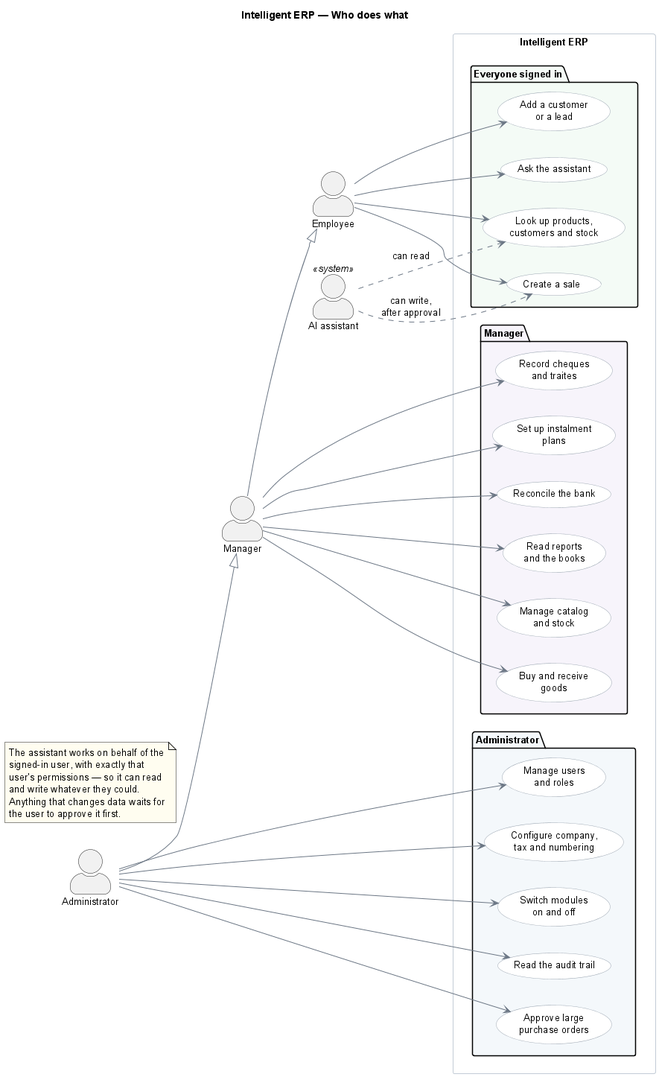
Earlier version of the PlantUML export diagrams/use-case.png (mariemtnb/ERP-AI-odoo-like).
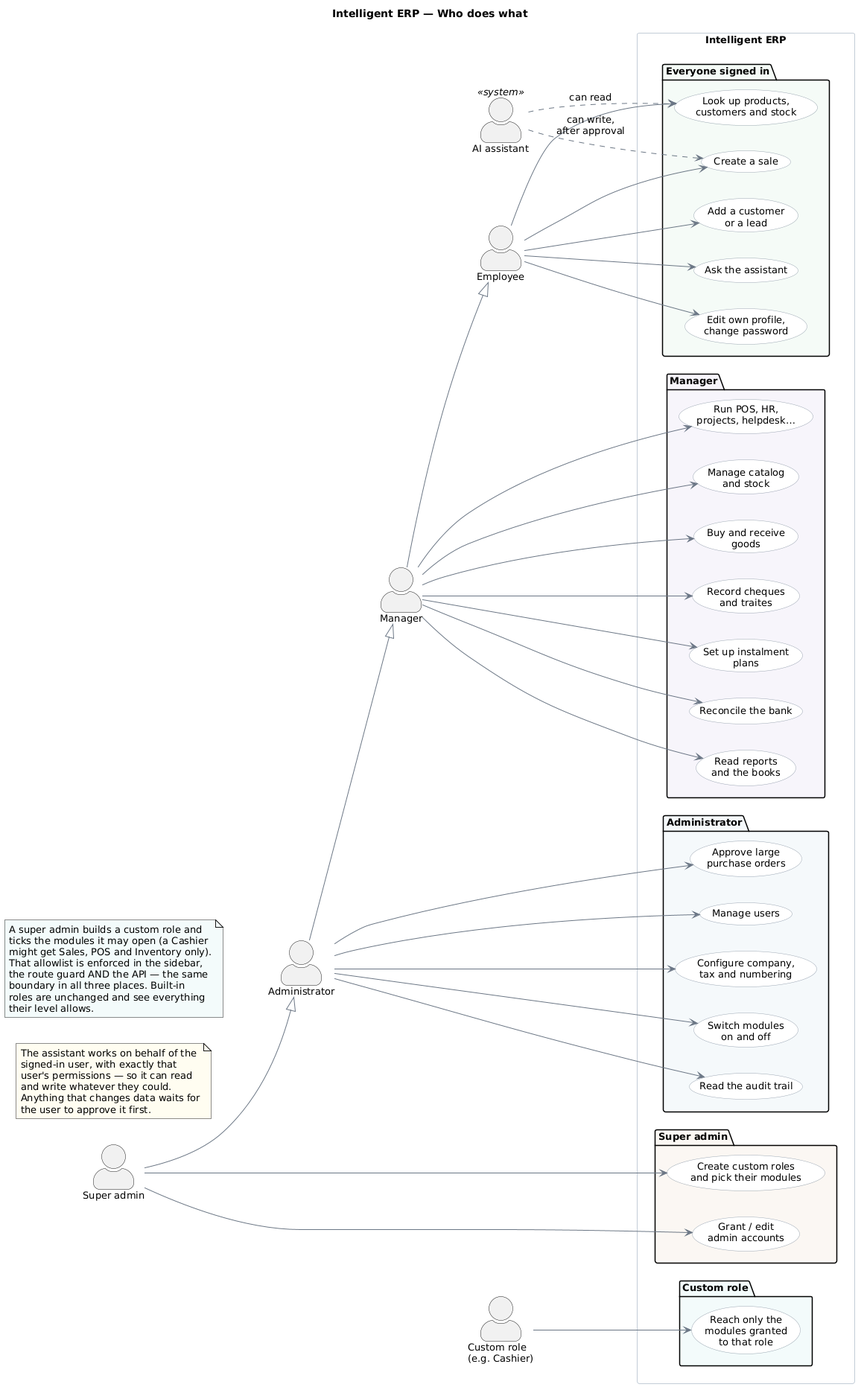
After the commit.

Change to the diagram source:
```diff
@@ -19,10 +19,13 @@
 actor Employee as employee
 actor Manager as manager
 actor Administrator as admin
+actor "Super admin" as superadmin
+actor "Custom role\n(e.g. Cashier)" as custom
 actor "AI assistant" as agent <<system>>
 
 manager --|> employee
 admin --|> manager
+superadmin --|> admin
 
 rectangle "Intelligent ERP" {
 
@@ -31,6 +34,7 @@
     usecase "Create a sale" as UC2
     usecase "Add a customer\nor a lead" as UC3
     usecase "Ask the assistant" as UC4
+    usecase "Edit own profile,\nchange password" as UC16
   }
 
   package "Manager" #F7F4FB {
@@ -40,14 +44,24 @@
     usecase "Set up instalment\nplans" as UC8
     usecase "Reconcile the bank" as UC9
     usecase "Read reports\nand the books" as UC10
+    usecase "Run POS, HR,\nprojects, helpdesk…" as UC17
   }
 
   package "Administrator" #F4F8FB {
-    usecase "Manage users\nand roles" as UC11
+    usecase "Manage users" as UC11
     usecase "Configure company,\ntax and numbering" as UC12
     usecase "Switch modules\non and off" as UC13
     usecase "Read the audit trail" as UC14
     usecase "Approve large\npurchase orders" as UC15
+  }
+
+  package "Super admin" #FBF7F2 {
+    usecase "Create custom roles\nand pick their modules" as UC18
+    usecase "Grant / edit\nadmin accounts" as UC19
+  }
+
+  package "Custom role" #F2FBFA {
+    usecase "Reach only the\nmodules granted\nto that role" as UC20
   }
 }
 
@@ -55,6 +69,7 @@
 employee --> UC2
 employee --> UC3
 employee --> UC4
+employee --> UC16
 
 manager --> UC5
 manager --> UC6
@@ -62,12 +77,18 @@
 manager --> UC8
 manager --> UC9
 manager --> UC10
+manager --> UC17
 
 admin --> UC11
 admin --> UC12
 admin --> UC13
 admin --> UC14
 admin --> UC15
+
+superadmin --> UC18
+superadmin --> UC19
+
+custom --> UC20
 
 agent ..> UC1 : can read
 agent ..> UC2 : can write,\nafter approval
@@ -81,4 +102,15 @@
   the user to approve it first.
 end note
 
+note as N2 #F2FBFA
+  A super admin builds a custom role and
+  ticks the modules it may open (a Cashier
+  might get Sales, POS and Inventory only).
+  That allowlist is enforced in the sidebar,
+  the route guard AND the API — the same
+  boundary in all three places. Built-in
+  roles are unchanged and see everything
+  their level allows.
+end note
+
 @enduml
```
